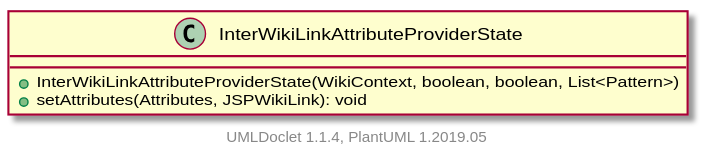
apache/jspwiki-site keeps this PlantUML diagram as apidocs/2.11.0.M7-SNAPSHOT/org/apache/wiki/markdown/extensions/jspwikilinks/attributeprovider/InterWikiLinkAttributeProviderState.svg. Above is the earlier version.
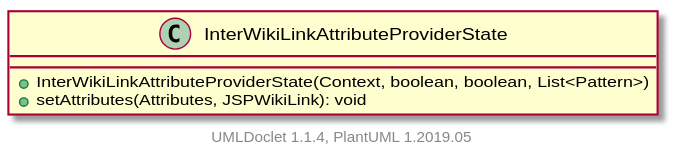
Above is the later version.

What changed in the source:
```diff
@@ -1,7 +1,7 @@
 @startuml
 
     class InterWikiLinkAttributeProviderState [[InterWikiLinkAttributeProviderState.html]] {
-        +InterWikiLinkAttributeProviderState(WikiContext, boolean, boolean, List<Pattern>)
+        +InterWikiLinkAttributeProviderState(Context, boolean, boolean, List<Pattern>)
         +setAttributes(Attributes, JSPWikiLink): void
     }
 
```
